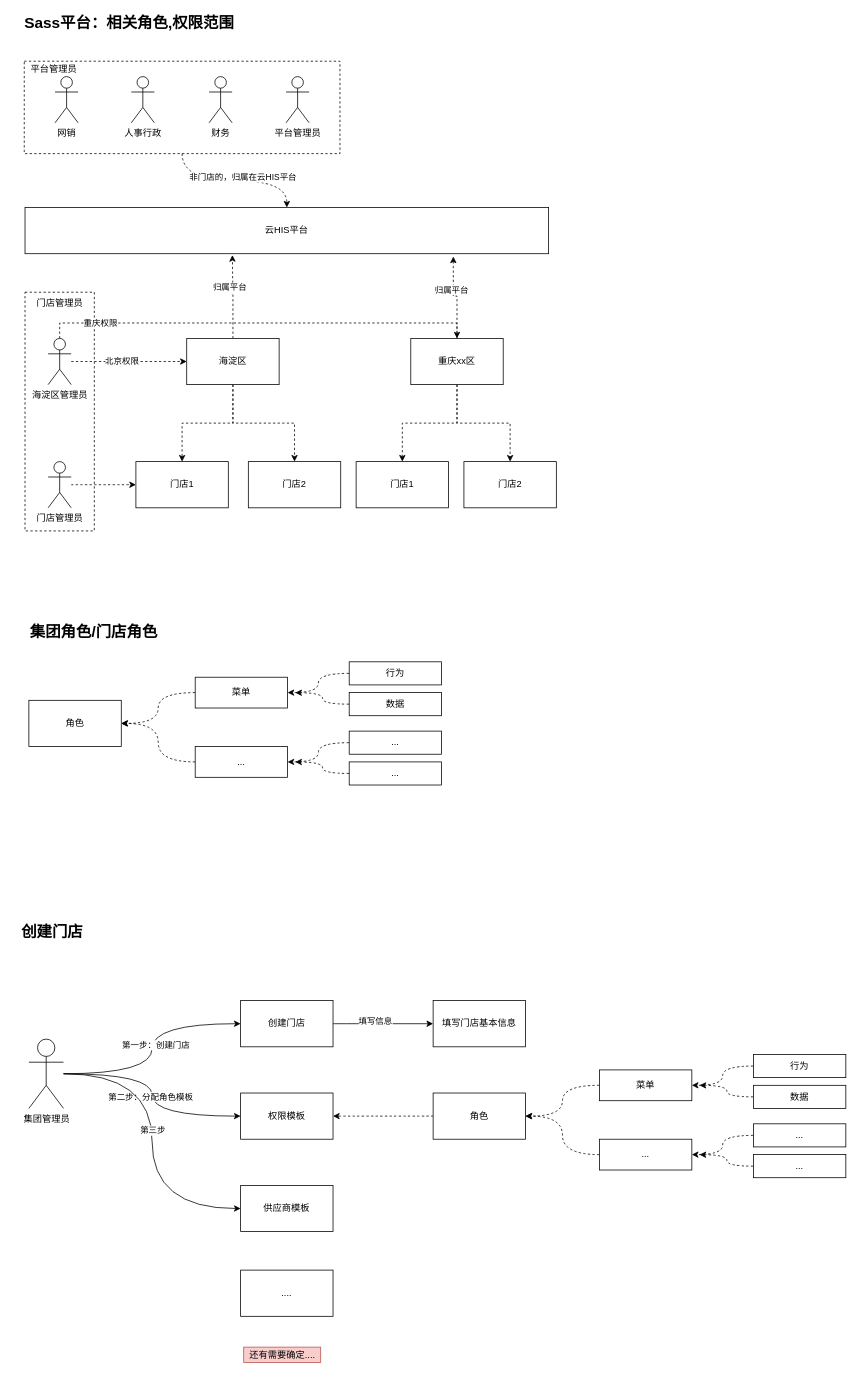
Earlier version of the draw.io diagram 牙管家/牙管家-sass方案.drawio (cherishsince/diagrams.net). Source tidied: cells renumbered, new cells numbered last; positions are measured from the earlier drawing's top-left corner, leaving out a move shared by most shapes. Both pictures are drawn from the tidied source at 77%, with x=0, y=0 at pixel (13, 15).
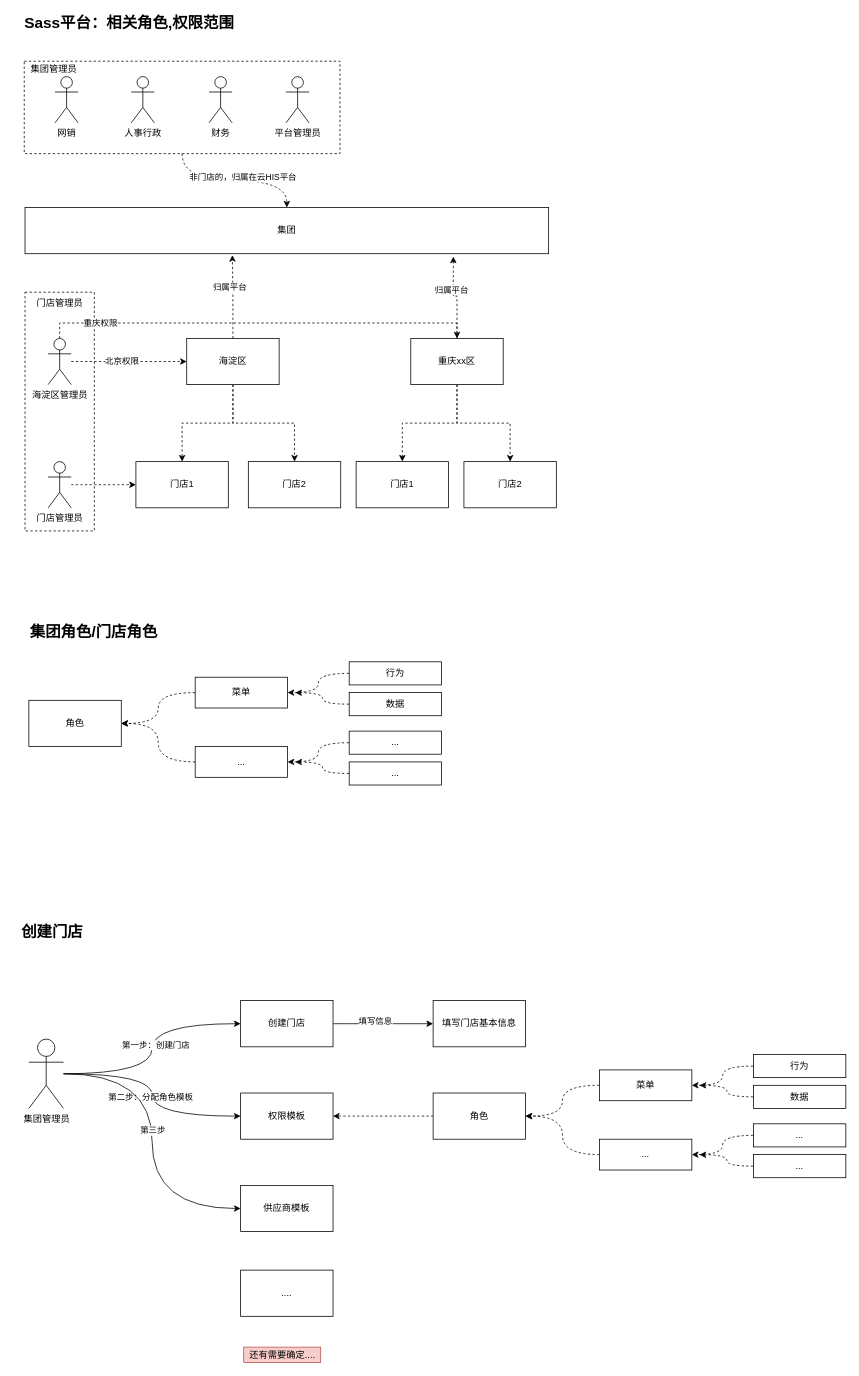
The same page after the edit.

Commit message:
更新牙管家-sass方案.drawio

The change refers to these unchanged cells:
```xml
<mxCell id="21" style="group;" parent="1" vertex="1">
  <mxGeometry x="14" y="60" width="410" height="120" as="geometry" />
</mxCell>
```

The edit, as a diff of the source:
```diff
@@
-    <mxCell id="20" value="云HIS平台" style="rounded=0;whiteSpace=wrap;html=1;" parent="1" vertex="1">
+    <mxCell id="20" value="集团" style="rounded=0;whiteSpace=wrap;html=1;" parent="1" vertex="1">
       <mxGeometry x="15" y="250" width="680" height="60" as="geometry" />
     </mxCell>
@@
-    <mxCell id="27" value="平台管理员" style="text;html=1;align=center;verticalAlign=middle;strokeColor=none;" parent="21" vertex="1">
+    <mxCell id="27" value="集团管理员" style="text;html=1;align=center;verticalAlign=middle;strokeColor=none;" parent="21" vertex="1">
       <mxGeometry x="-2" width="80" height="20" as="geometry" />
     </mxCell>
```
